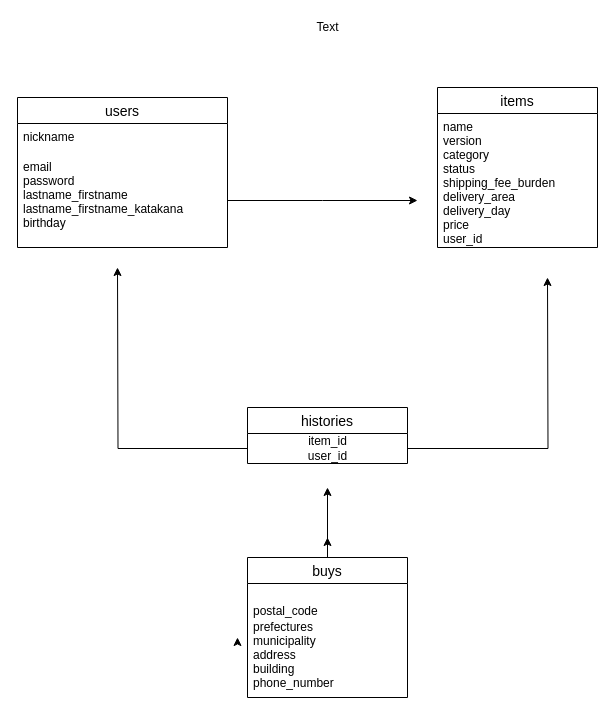
Above: furima.dio in yukiukisato/furima-34777 (draw.io), before the change. Source tidied: cells renumbered, new cells numbered last; positions are measured from the earlier drawing's top-left corner, leaving out a move shared by most shapes. Both pictures are drawn from the tidied source at 100%, with x=0, y=0 at pixel (17, 17).
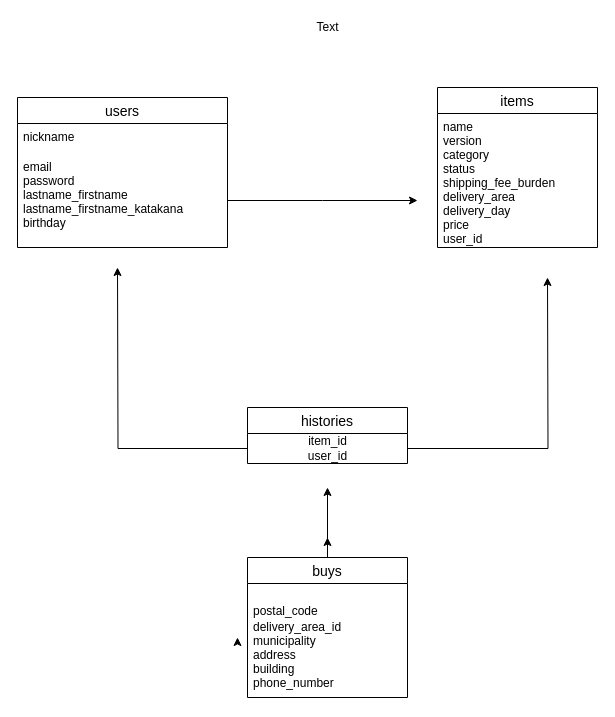
Above is the later version.

The change refers to these unchanged cells:
```xml
<mxCell id="9" value="buys" style="swimlane;fontStyle=0;horizontal=1;startSize=26;align=center;fontSize=14;" parent="1" vertex="1">
  <mxGeometry x="230" y="540" width="160" height="140" as="geometry" />
</mxCell>
```

Diff of the diagram source:
```diff
@@
-    <mxCell id="11" value="prefectures&#10;municipality&#10;address&#10;building&#10;phone_number" style="text;strokeColor=none;fillColor=none;spacingLeft=4;spacingRight=4;overflow=hidden;fontSize=12;" parent="9" vertex="1">
+    <mxCell id="11" value="delivery_area_id &#10;municipality&#10;address&#10;building&#10;phone_number" style="text;strokeColor=none;fillColor=none;spacingLeft=4;spacingRight=4;overflow=hidden;fontSize=12;" parent="9" vertex="1">
       <mxGeometry y="56" width="160" height="84" as="geometry" />
     </mxCell>
```
